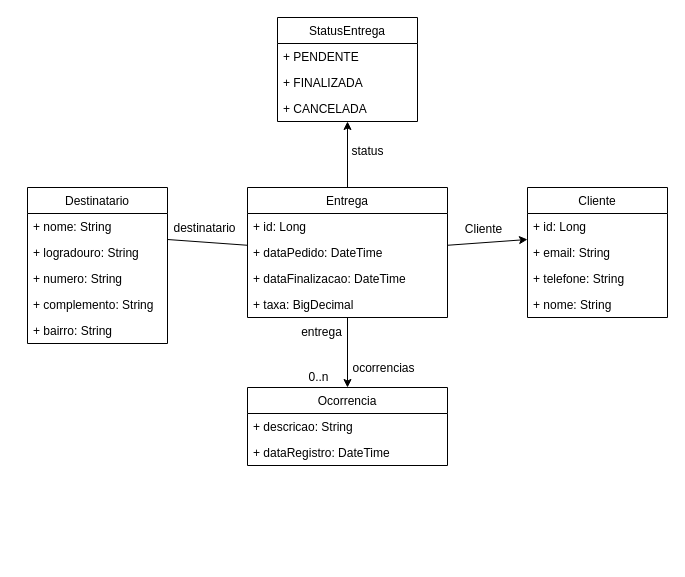
Before: page "Entidades" (1 of 2) of src/main/resources/uml.drawio in burgostecnologia/sistema-entregas, a draw.io diagram. Source tidied: cells renumbered, new cells numbered last; positions are measured from the earlier drawing's top-left corner, leaving out a move shared by most shapes. Both pictures are drawn from the tidied source at 100%, with x=0, y=0 at pixel (27, 17).
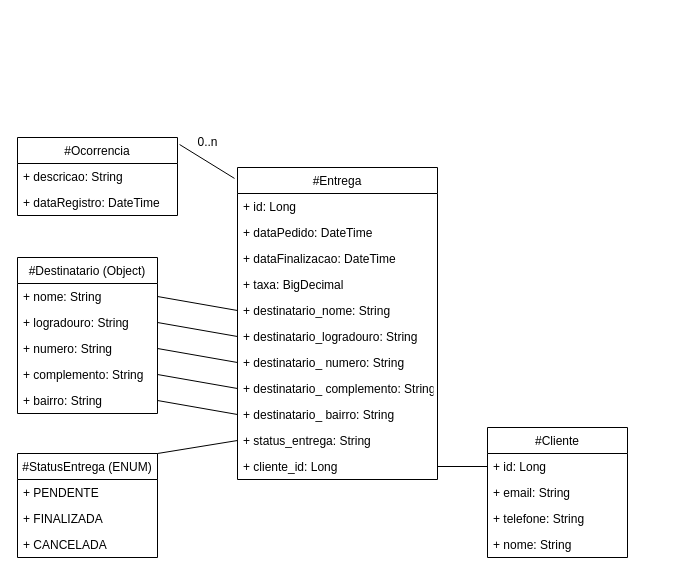
The same page after the edit.

The change refers to these unchanged cells:
```xml
<mxCell id="7" value="+ nome: String" style="text;strokeColor=none;fillColor=none;align=left;verticalAlign=top;spacingLeft=4;spacingRight=4;overflow=hidden;points=[[0,0.5],[1,0.5]];portConstraint=eastwest;" parent="6" vertex="1">
  <mxGeometry y="26" width="140" height="26" as="geometry" />
</mxCell>
<mxCell id="8" value="+ logradouro: String" style="text;strokeColor=none;fillColor=none;align=left;verticalAlign=top;spacingLeft=4;spacingRight=4;overflow=hidden;points=[[0,0.5],[1,0.5]];portConstraint=eastwest;" parent="6" vertex="1">
  <mxGeometry y="52" width="140" height="26" as="geometry" />
</mxCell>
<mxCell id="9" value="+ numero: String" style="text;strokeColor=none;fillColor=none;align=left;verticalAlign=top;spacingLeft=4;spacingRight=4;overflow=hidden;points=[[0,0.5],[1,0.5]];portConstraint=eastwest;" parent="6" vertex="1">
  <mxGeometry y="78" width="140" height="26" as="geometry" />
</mxCell>
<mxCell id="10" value="+ complemento: String" style="text;strokeColor=none;fillColor=none;align=left;verticalAlign=top;spacingLeft=4;spacingRight=4;overflow=hidden;points=[[0,0.5],[1,0.5]];portConstraint=eastwest;" parent="6" vertex="1">
  <mxGeometry y="104" width="140" height="26" as="geometry" />
</mxCell>
<mxCell id="11" value="+ bairro: String" style="text;strokeColor=none;fillColor=none;align=left;verticalAlign=top;spacingLeft=4;spacingRight=4;overflow=hidden;points=[[0,0.5],[1,0.5]];portConstraint=eastwest;" parent="6" vertex="1">
  <mxGeometry y="130" width="140" height="26" as="geometry" />
</mxCell>
<mxCell id="13" value="+ id: Long" style="text;strokeColor=none;fillColor=none;align=left;verticalAlign=top;spacingLeft=4;spacingRight=4;overflow=hidden;points=[[0,0.5],[1,0.5]];portConstraint=eastwest;" parent="12" vertex="1">
  <mxGeometry y="26" width="140" height="26" as="geometry" />
</mxCell>
<mxCell id="14" value="+ email: String" style="text;strokeColor=none;fillColor=none;align=left;verticalAlign=top;spacingLeft=4;spacingRight=4;overflow=hidden;points=[[0,0.5],[1,0.5]];portConstraint=eastwest;" parent="12" vertex="1">
  <mxGeometry y="52" width="140" height="26" as="geometry" />
</mxCell>
```

Change to the diagram source:
```diff
@@
+    <mxCell id="35" style="edgeStyle=none;html=1;exitX=1;exitY=0;exitDx=0;exitDy=0;entryX=0;entryY=0.5;entryDx=0;entryDy=0;endArrow=none;endFill=0;" parent="1" edge="1" source="2" target="41">
+      <mxGeometry relative="1" as="geometry" />
+    </mxCell>
-    <mxCell id="2" value="StatusEntrega" style="swimlane;fontStyle=0;horizontal=1;startSize=26;fillColor=none;" parent="1" vertex="1">
-      <mxGeometry x="250" width="140" height="104" as="geometry" />
+    <mxCell id="2" value="#StatusEntrega (ENUM)" style="swimlane;fontStyle=0;horizontal=1;startSize=26;fillColor=none;" parent="1" vertex="1">
+      <mxGeometry x="-10" y="436" width="140" height="104" as="geometry" />
     </mxCell>
@@
-    <mxCell id="6" value="Destinatario" style="swimlane;fontStyle=0;horizontal=1;startSize=26;fillColor=none;" parent="1" vertex="1">
-      <mxGeometry y="170" width="140" height="156" as="geometry" />
+    <mxCell id="6" value="#Destinatario (Object)" style="swimlane;fontStyle=0;horizontal=1;startSize=26;fillColor=none;" parent="1" vertex="1">
+      <mxGeometry x="-10" y="240" width="140" height="156" as="geometry" />
     </mxCell>
@@
-    <mxCell id="12" value="Cliente" style="swimlane;fontStyle=0;horizontal=1;startSize=26;fillColor=none;" parent="1" vertex="1">
-      <mxGeometry x="500" y="170" width="140" height="130" as="geometry" />
+    <mxCell id="12" value="#Cliente" style="swimlane;fontStyle=0;horizontal=1;startSize=26;fillColor=none;" parent="1" vertex="1">
+      <mxGeometry x="460" y="410" width="140" height="130" as="geometry" />
     </mxCell>
@@
-    <mxCell id="17" style="edgeStyle=none;html=1;endArrow=none;endFill=0;" parent="1" edge="1" source="21">
-      <mxGeometry relative="1" as="geometry">
-        <mxPoint x="140" y="222" as="targetPoint" />
-      </mxGeometry>
-    </mxCell>
-    <mxCell id="18" style="edgeStyle=none;html=1;entryX=0;entryY=0;entryDx=0;entryDy=0;entryPerimeter=0;" parent="1" edge="1" source="21" target="14">
-      <mxGeometry relative="1" as="geometry" />
-    </mxCell>
-    <mxCell id="19" style="edgeStyle=none;html=1;entryX=0.5;entryY=0;entryDx=0;entryDy=0;" parent="1" edge="1" source="21" target="26">
+    <mxCell id="19" style="edgeStyle=none;html=1;entryX=1.013;entryY=0.09;entryDx=0;entryDy=0;entryPerimeter=0;exitX=-0.015;exitY=0.035;exitDx=0;exitDy=0;exitPerimeter=0;endArrow=none;endFill=0;" parent="1" edge="1" source="21" target="26">
       <mxGeometry relative="1" as="geometry" />
     </mxCell>
-    <mxCell id="20" style="edgeStyle=none;html=1;entryX=0.5;entryY=1;entryDx=0;entryDy=0;" parent="1" edge="1" source="21" target="2">
-      <mxGeometry relative="1" as="geometry" />
-    </mxCell>
-    <mxCell id="21" value="Entrega" style="swimlane;fontStyle=0;horizontal=1;startSize=26;fillColor=none;" parent="1" vertex="1">
-      <mxGeometry x="220" y="170" width="200" height="130" as="geometry" />
+    <mxCell id="21" value="#Entrega" style="swimlane;fontStyle=0;horizontal=1;startSize=26;fillColor=none;" parent="1" vertex="1">
+      <mxGeometry x="210" y="150" width="200" height="312" as="geometry" />
     </mxCell>
@@
+    <mxCell id="36" value="+ destinatario_nome: String" style="text;strokeColor=none;fillColor=none;align=left;verticalAlign=top;spacingLeft=4;spacingRight=4;overflow=hidden;points=[[0,0.5],[1,0.5]];portConstraint=eastwest;" parent="21" vertex="1">
+      <mxGeometry y="130" width="200" height="26" as="geometry" />
+    </mxCell>
+    <mxCell id="37" value="+ destinatario_logradouro: String" style="text;strokeColor=none;fillColor=none;align=left;verticalAlign=top;spacingLeft=4;spacingRight=4;overflow=hidden;points=[[0,0.5],[1,0.5]];portConstraint=eastwest;" parent="21" vertex="1">
+      <mxGeometry y="156" width="200" height="26" as="geometry" />
+    </mxCell>
+    <mxCell id="38" value="+ destinatario_ numero: String" style="text;strokeColor=none;fillColor=none;align=left;verticalAlign=top;spacingLeft=4;spacingRight=4;overflow=hidden;points=[[0,0.5],[1,0.5]];portConstraint=eastwest;" parent="21" vertex="1">
+      <mxGeometry y="182" width="200" height="26" as="geometry" />
+    </mxCell>
+    <mxCell id="39" value="+ destinatario_ complemento: String" style="text;strokeColor=none;fillColor=none;align=left;verticalAlign=top;spacingLeft=4;spacingRight=4;overflow=hidden;points=[[0,0.5],[1,0.5]];portConstraint=eastwest;" parent="21" vertex="1">
+      <mxGeometry y="208" width="200" height="26" as="geometry" />
+    </mxCell>
+    <mxCell id="40" value="+ destinatario_ bairro: String" style="text;strokeColor=none;fillColor=none;align=left;verticalAlign=top;spacingLeft=4;spacingRight=4;overflow=hidden;points=[[0,0.5],[1,0.5]];portConstraint=eastwest;" parent="21" vertex="1">
+      <mxGeometry y="234" width="200" height="26" as="geometry" />
+    </mxCell>
+    <mxCell id="41" value="+ status_entrega: String" style="text;strokeColor=none;fillColor=none;align=left;verticalAlign=top;spacingLeft=4;spacingRight=4;overflow=hidden;points=[[0,0.5],[1,0.5]];portConstraint=eastwest;" parent="21" vertex="1">
+      <mxGeometry y="260" width="200" height="26" as="geometry" />
+    </mxCell>
+    <mxCell id="42" value="+ cliente_id: Long" style="text;strokeColor=none;fillColor=none;align=left;verticalAlign=top;spacingLeft=4;spacingRight=4;overflow=hidden;points=[[0,0.5],[1,0.5]];portConstraint=eastwest;" parent="21" vertex="1">
+      <mxGeometry y="286" width="200" height="26" as="geometry" />
+    </mxCell>
-    <mxCell id="26" value="Ocorrencia" style="swimlane;fontStyle=0;horizontal=1;startSize=26;fillColor=none;" parent="1" vertex="1">
-      <mxGeometry x="220" y="370" width="200" height="78" as="geometry" />
+    <mxCell id="26" value="#Ocorrencia" style="swimlane;fontStyle=0;horizontal=1;startSize=26;fillColor=none;" parent="1" vertex="1">
+      <mxGeometry x="-10" y="120" width="160" height="78" as="geometry" />
     </mxCell>
     <mxCell id="27" value="+ descricao: String" style="text;strokeColor=none;fillColor=none;align=left;verticalAlign=top;spacingLeft=4;spacingRight=4;overflow=hidden;" parent="26" vertex="1">
-      <mxGeometry y="26" width="200" height="26" as="geometry" />
+      <mxGeometry y="26" width="160" height="26" as="geometry" />
     </mxCell>
     <mxCell id="28" value="+ dataRegistro: DateTime" style="text;strokeColor=none;fillColor=none;align=left;verticalAlign=top;spacingLeft=4;spacingRight=4;overflow=hidden;" parent="26" vertex="1">
-      <mxGeometry y="52" width="200" height="26" as="geometry" />
+      <mxGeometry y="52" width="160" height="26" as="geometry" />
     </mxCell>
-    <mxCell id="29" value="Cliente" style="text;html=1;align=center;verticalAlign=middle;strokeColor=none;fillColor=none;" parent="1" vertex="1">
-      <mxGeometry x="426" y="197" width="60" height="30" as="geometry" />
-    </mxCell>
-    <mxCell id="30" value="status" style="text;html=1;align=center;verticalAlign=middle;strokeColor=none;fillColor=none;" parent="1" vertex="1">
-      <mxGeometry x="310" y="119" width="60" height="30" as="geometry" />
-    </mxCell>
-    <mxCell id="31" value="destinatario" style="text;html=1;align=center;verticalAlign=middle;strokeColor=none;fillColor=none;" parent="1" vertex="1">
-      <mxGeometry x="132" y="196" width="90" height="30" as="geometry" />
-    </mxCell>
-    <mxCell id="32" value="ocorrencias" style="text;html=1;align=center;verticalAlign=middle;strokeColor=none;fillColor=none;" parent="1" vertex="1">
-      <mxGeometry x="311" y="336" width="90" height="30" as="geometry" />
-    </mxCell>
-    <mxCell id="33" value="entrega" style="text;html=1;align=center;verticalAlign=middle;strokeColor=none;fillColor=none;" parent="1" vertex="1">
-      <mxGeometry x="264" y="300" width="60" height="30" as="geometry" />
-    </mxCell>
     <mxCell id="34" value="0..n" style="text;html=1;align=center;verticalAlign=middle;strokeColor=none;fillColor=none;" parent="1" vertex="1">
-      <mxGeometry x="271" y="345" width="40" height="30" as="geometry" />
+      <mxGeometry x="160" y="110" width="40" height="30" as="geometry" />
     </mxCell>
+    <mxCell id="43" style="edgeStyle=none;html=1;exitX=1;exitY=0.5;exitDx=0;exitDy=0;entryX=0;entryY=0.5;entryDx=0;entryDy=0;endArrow=none;endFill=0;" parent="1" edge="1" source="7" target="36">
+      <mxGeometry relative="1" as="geometry" />
+    </mxCell>
+    <mxCell id="44" style="edgeStyle=none;html=1;exitX=1;exitY=0.5;exitDx=0;exitDy=0;entryX=0;entryY=0.5;entryDx=0;entryDy=0;endArrow=none;endFill=0;" parent="1" edge="1" source="8" target="37">
+      <mxGeometry relative="1" as="geometry" />
+    </mxCell>
+    <mxCell id="45" style="edgeStyle=none;html=1;exitX=1;exitY=0.5;exitDx=0;exitDy=0;entryX=0;entryY=0.5;entryDx=0;entryDy=0;endArrow=none;endFill=0;" parent="1" edge="1" source="9" target="38">
+      <mxGeometry relative="1" as="geometry" />
+    </mxCell>
+    <mxCell id="46" style="edgeStyle=none;html=1;exitX=1;exitY=0.5;exitDx=0;exitDy=0;entryX=0;entryY=0.5;entryDx=0;entryDy=0;endArrow=none;endFill=0;" parent="1" edge="1" source="10" target="39">
+      <mxGeometry relative="1" as="geometry" />
+    </mxCell>
+    <mxCell id="47" style="edgeStyle=none;html=1;exitX=1;exitY=0.5;exitDx=0;exitDy=0;entryX=0;entryY=0.5;entryDx=0;entryDy=0;endArrow=none;endFill=0;" parent="1" edge="1" source="11" target="40">
+      <mxGeometry relative="1" as="geometry" />
+    </mxCell>
+    <mxCell id="48" style="edgeStyle=none;html=1;exitX=1;exitY=0.5;exitDx=0;exitDy=0;entryX=0;entryY=0.5;entryDx=0;entryDy=0;endArrow=none;endFill=0;" parent="1" edge="1" source="42" target="13">
+      <mxGeometry relative="1" as="geometry" />
+    </mxCell>
```
